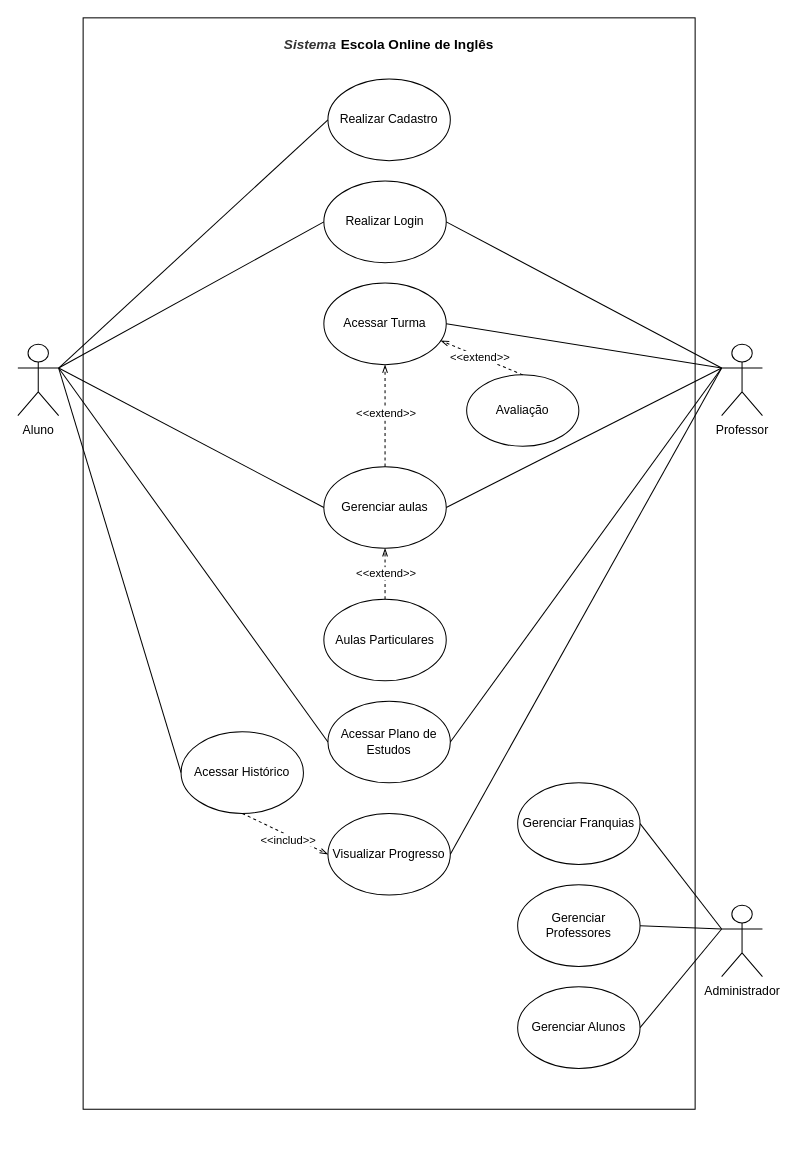
Earlier version of the draw.io diagram Diagram-caso-de-uso/Diagrama de Casos de Uso.drawio (Wal221/ProjetoWeb2). Source tidied: cells renumbered, new cells numbered last; positions are measured from the earlier drawing's top-left corner, leaving out a move shared by most shapes. Both pictures are drawn from the tidied source at 102%, with x=0, y=0 at pixel (17, 17).
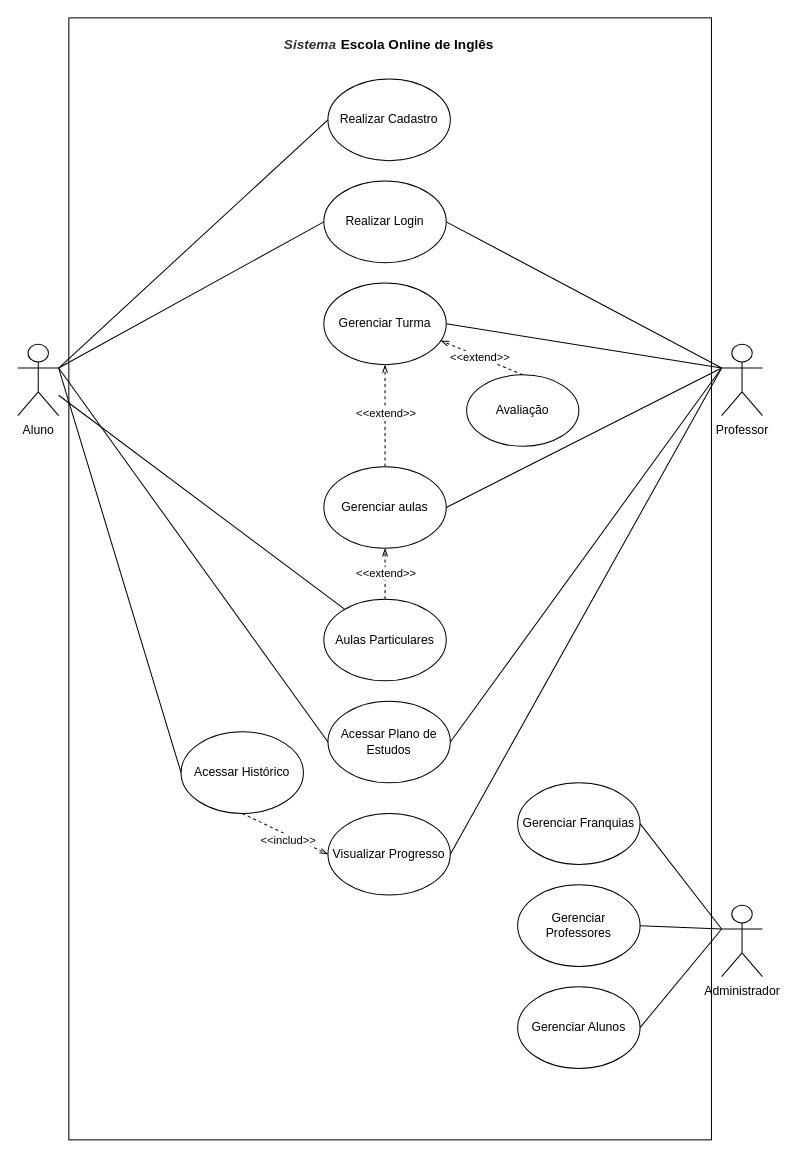
Above is the later version.

Unchanged cells that the change refers to:
```xml
<mxCell id="2" value="Aluno" style="shape=umlActor;verticalLabelPosition=bottom;verticalAlign=top;html=1;outlineConnect=0;" parent="1" vertex="1">
  <mxGeometry y="320" width="40" height="70" as="geometry" />
</mxCell>
<mxCell id="7" value="Gerenciar aulas" style="ellipse;whiteSpace=wrap;html=1;" parent="1" vertex="1">
  <mxGeometry x="300" y="440" width="120" height="80" as="geometry" />
</mxCell>
```

Change to the diagram source:
```diff
@@
-    <mxCell id="6" value="Acessar Turma" style="ellipse;whiteSpace=wrap;html=1;" parent="1" vertex="1">
+    <mxCell id="6" value="Gerenciar Turma" style="ellipse;whiteSpace=wrap;html=1;" parent="1" vertex="1">
       <mxGeometry x="300" y="260" width="120" height="80" as="geometry" />
     </mxCell>
@@
-    <mxCell id="16" style="endArrow=none;html=1;rounded=0;exitX=1;exitY=0.3333333333333333;exitDx=0;exitDy=0;exitPerimeter=0;entryX=0;entryY=0.5;entryDx=0;entryDy=0;" parent="1" edge="1" source="2" target="7">
-      <mxGeometry relative="1" as="geometry" />
-    </mxCell>
@@
     <mxCell id="38" style="rounded=0;whiteSpace=wrap;html=1;fillStyle=solid;fillColor=none;" parent="1" vertex="1">
-      <mxGeometry x="64" width="600" height="1070" as="geometry" />
+      <mxGeometry x="50" width="630" height="1100" as="geometry" />
     </mxCell>
@@
+    <mxCell id="40" style="edgeStyle=orthogonalEdgeStyle;rounded=0;orthogonalLoop=1;jettySize=auto;html=1;exitX=0.5;exitY=1;exitDx=0;exitDy=0;" parent="1" edge="1" source="38" target="38">
+      <mxGeometry relative="1" as="geometry" />
+    </mxCell>
+    <mxCell id="41" style="endArrow=none;html=1;rounded=0;entryX=0.429;entryY=0.527;entryDx=0;entryDy=0;entryPerimeter=0;" parent="1" edge="1" source="2" target="38">
+      <mxGeometry relative="1" as="geometry" />
+    </mxCell>
```
